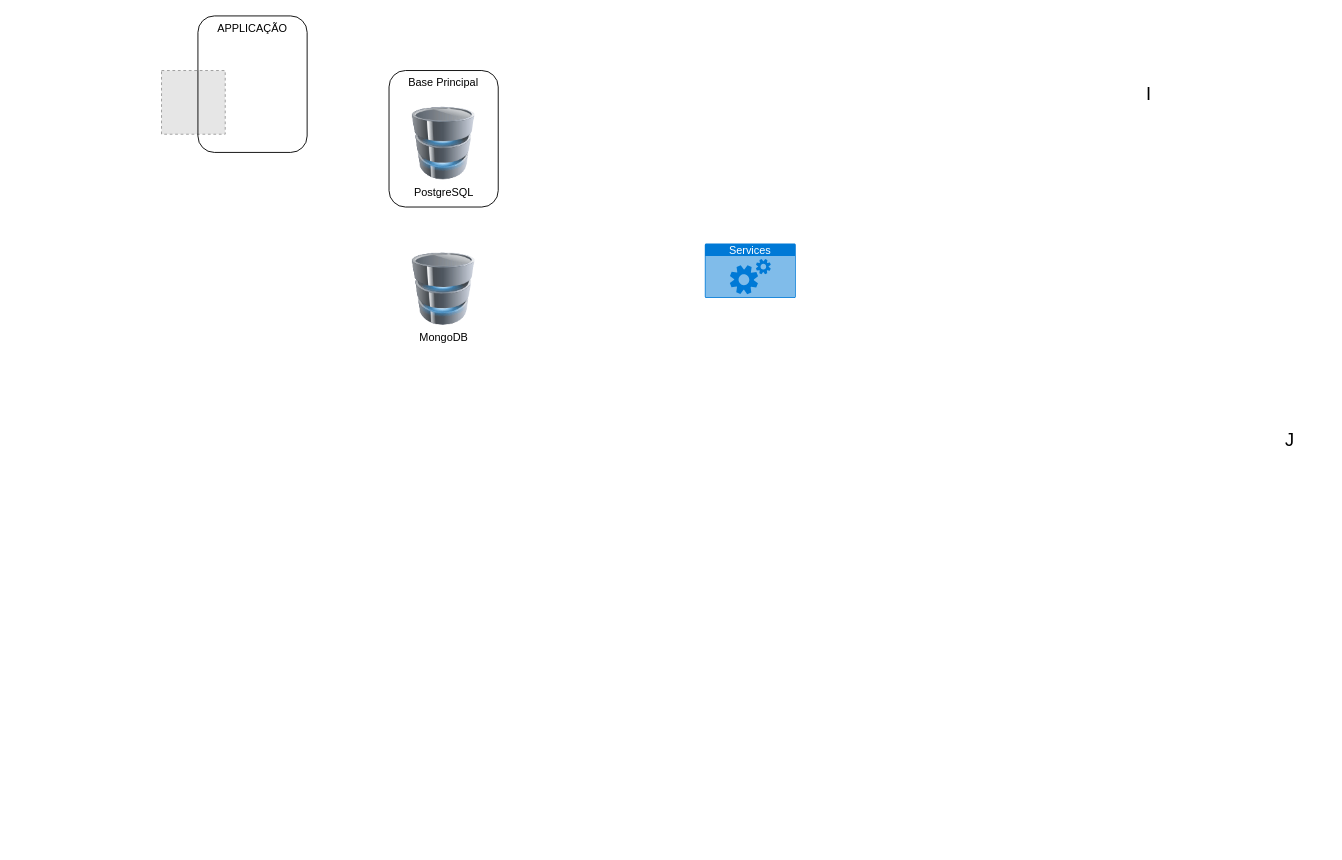
The draw.io diagram page "Page-1" (1 of 2) of django_microservices.drawio in marcelopedroso/yms_tech, before the edit. Source tidied: cells renumbered, new cells numbered last; positions are measured from the earlier drawing's top-left corner, leaving out a move shared by most shapes. Both pictures are drawn from the tidied source at 91%, with x=0, y=0 at pixel (161, 15). Pictures stored in the file or linked from it are replaced by grey dashed boxes.
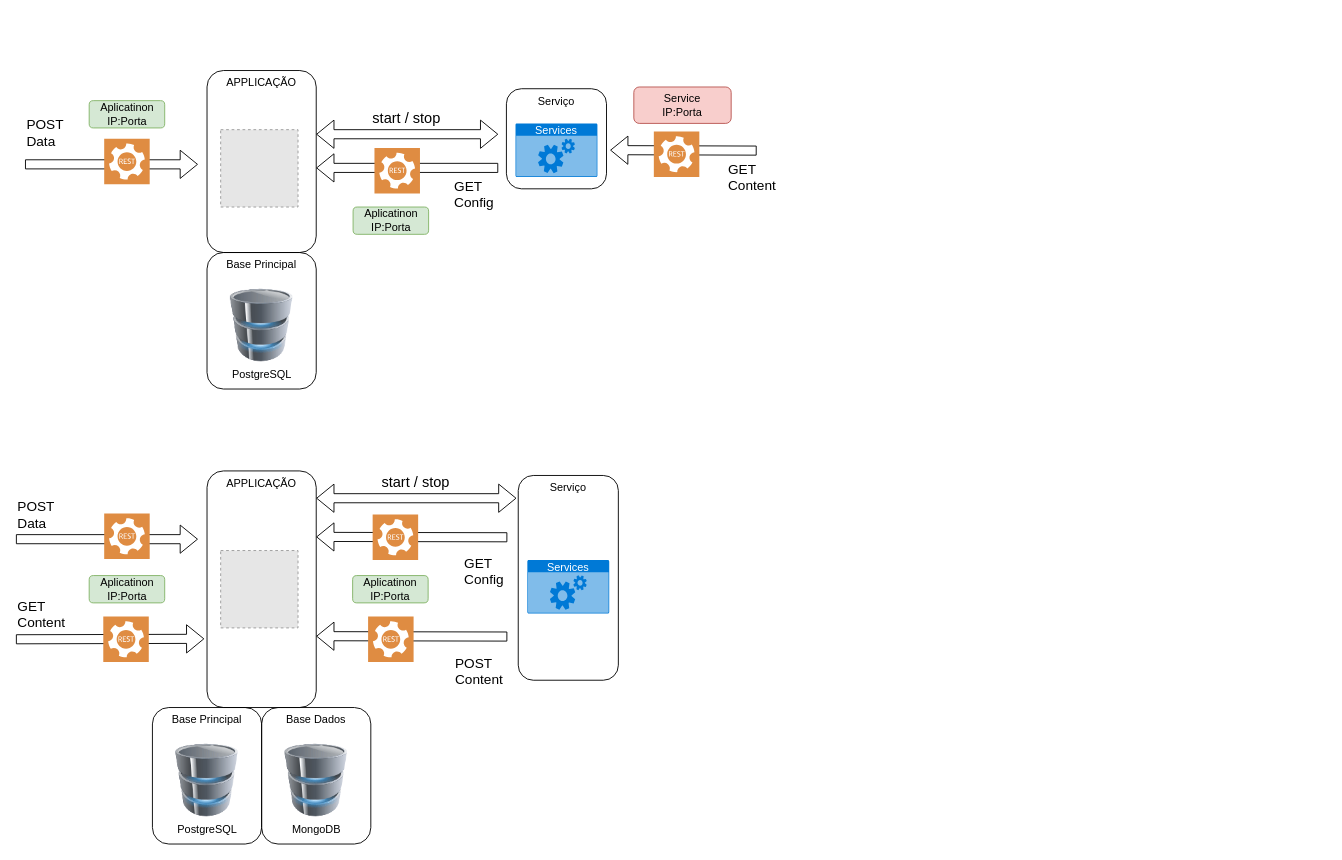
Above is the later version.

Change to the diagram source:
```diff
@@
-    <mxCell id="2" value="I" style="text;html=1;strokeColor=none;fillColor=none;align=center;verticalAlign=middle;whiteSpace=wrap;rounded=0;shadow=0;fontSize=20;" parent="1" vertex="1">
-      <mxGeometry x="1045" y="70" width="80" height="30" as="geometry" />
-    </mxCell>
-    <mxCell id="3" value="J" style="text;html=1;strokeColor=none;fillColor=none;align=center;verticalAlign=middle;whiteSpace=wrap;rounded=0;shadow=0;fontSize=20;" parent="1" vertex="1">
-      <mxGeometry x="1200" y="450" width="80" height="30" as="geometry" />
-    </mxCell>
+    <mxCell id="8" value="APPLICAÇÃO" style="rounded=1;whiteSpace=wrap;html=1;fillColor=none;align=center;horizontal=1;verticalAlign=top;" parent="1" vertex="1">
+      <mxGeometry x="50" y="60" width="120" height="200" as="geometry" />
+    </mxCell>
+    <mxCell id="10" value="APPLICAÇÃO" style="rounded=1;whiteSpace=wrap;html=1;fillColor=none;align=center;horizontal=1;verticalAlign=top;" parent="1" vertex="1">
+      <mxGeometry x="50" y="500" width="120" height="260" as="geometry" />
+    </mxCell>
+    <mxCell id="11" value="Serviço" style="rounded=1;whiteSpace=wrap;html=1;fillColor=none;align=center;horizontal=1;verticalAlign=top;" parent="1" vertex="1">
+      <mxGeometry x="392" y="505" width="110" height="225" as="geometry" />
+    </mxCell>
     <mxCell id="4" value="PostgreSQL" style="image;html=1;image=img/lib/clip_art/computers/Database_128x128.png;" parent="1" vertex="1">
-      <mxGeometry x="270" y="100" width="80" height="80" as="geometry" />
+      <mxGeometry x="70" y="300" width="80" height="80" as="geometry" />
     </mxCell>
-    <mxCell id="5" value="MongoDB" style="image;html=1;image=img/lib/clip_art/computers/Database_128x128.png;" parent="1" vertex="1">
-      <mxGeometry x="270" y="260" width="80" height="80" as="geometry" />
-    </mxCell>
     <mxCell id="6" value="Base Principal" style="rounded=1;whiteSpace=wrap;html=1;fillColor=none;align=center;horizontal=1;verticalAlign=top;" parent="1" vertex="1">
-      <mxGeometry x="250" y="60" width="120" height="150" as="geometry" />
+      <mxGeometry x="50" y="260" width="120" height="150" as="geometry" />
     </mxCell>
     <mxCell id="7" style="fillColor=#E6E6E6;strokeColor=#999999;dashed=1;html=1;verticalAlign=top;verticalLabelPosition=bottom;labelBackgroundColor=#ffffff;" parent="1" vertex="1">
-      <mxGeometry y="60" width="70" height="70" as="geometry" />
+      <mxGeometry x="65" y="125" width="85" height="85" as="geometry" />
     </mxCell>
-    <mxCell id="8" value="APPLICAÇÃO" style="rounded=1;whiteSpace=wrap;html=1;fillColor=none;align=center;horizontal=1;verticalAlign=top;" parent="1" vertex="1">
-      <mxGeometry x="40" width="120" height="150" as="geometry" />
-    </mxCell>
     <mxCell id="9" value="Services" style="html=1;whiteSpace=wrap;strokeColor=none;fillColor=#0079D6;labelPosition=center;verticalLabelPosition=middle;verticalAlign=top;align=center;fontSize=12;spacingTop=-6;fontColor=#FFFFFF;sketch=0;shape=mxgraph.sitemap.services;" parent="1" vertex="1">
-      <mxGeometry x="597" y="250" width="100" height="60" as="geometry" />
+      <mxGeometry x="389" y="118.1" width="90" height="58.8" as="geometry" />
     </mxCell>
+    <mxCell id="12" style="shape=flexArrow;endArrow=classic;startArrow=classic;html=1;rounded=0;" parent="1" edge="1">
+      <mxGeometry relative="1" as="geometry">
+        <mxPoint x="170" y="130" as="sourcePoint" />
+        <mxPoint x="370" y="130" as="targetPoint" />
+      </mxGeometry>
+    </mxCell>
+    <mxCell id="13" value="start / stop" style="edgeLabel;html=1;align=center;verticalAlign=middle;fontSize=16;" parent="12" vertex="1">
+      <mxGeometry x="-0.02" y="-2" relative="1" as="geometry">
+        <mxPoint y="-21" as="offset" />
+      </mxGeometry>
+    </mxCell>
+    <mxCell id="14" value="PostgreSQL" style="image;html=1;image=img/lib/clip_art/computers/Database_128x128.png;" parent="1" vertex="1">
+      <mxGeometry x="10" y="800" width="80" height="80" as="geometry" />
+    </mxCell>
+    <mxCell id="15" value="Base Principal" style="rounded=1;whiteSpace=wrap;html=1;fillColor=none;align=center;horizontal=1;verticalAlign=top;" parent="1" vertex="1">
+      <mxGeometry x="-10" y="760" width="120" height="150" as="geometry" />
+    </mxCell>
+    <mxCell id="16" style="fillColor=#E6E6E6;strokeColor=#999999;dashed=1;html=1;verticalAlign=top;verticalLabelPosition=bottom;labelBackgroundColor=#ffffff;" parent="1" vertex="1">
+      <mxGeometry x="65" y="587.5" width="85" height="85" as="geometry" />
+    </mxCell>
+    <mxCell id="17" style="shape=flexArrow;endArrow=classic;html=1;rounded=0;" parent="1" edge="1">
+      <mxGeometry relative="1" as="geometry">
+        <mxPoint x="-150" y="163.1" as="sourcePoint" />
+        <mxPoint x="40" y="163.1" as="targetPoint" />
+      </mxGeometry>
+    </mxCell>
+    <mxCell id="18" value="POST &lt;br&gt;Data" style="edgeLabel;html=1;align=left;verticalAlign=middle;fontSize=15;" parent="17" vertex="1">
+      <mxGeometry x="-0.56" y="7" relative="1" as="geometry">
+        <mxPoint x="-42" y="-29" as="offset" />
+      </mxGeometry>
+    </mxCell>
+    <mxCell id="19" style="sketch=0;shadow=0;dashed=0;html=1;strokeColor=none;fillColor=#DF8C42;labelPosition=center;verticalLabelPosition=bottom;verticalAlign=top;align=center;shape=mxgraph.veeam2.restful_api;" parent="1" vertex="1">
+      <mxGeometry x="-63" y="135" width="50" height="50" as="geometry" />
+    </mxCell>
+    <mxCell id="20" style="shape=flexArrow;endArrow=classic;html=1;rounded=0;" parent="1" edge="1">
+      <mxGeometry relative="1" as="geometry">
+        <mxPoint x="654" y="148" as="sourcePoint" />
+        <mxPoint x="493" y="147.5" as="targetPoint" />
+      </mxGeometry>
+    </mxCell>
+    <mxCell id="21" value="GET &lt;br&gt;Content" style="edgeLabel;html=1;align=left;verticalAlign=middle;fontSize=15;" parent="20" vertex="1">
+      <mxGeometry x="-0.56" y="7" relative="1" as="geometry">
+        <mxPoint x="2" y="22" as="offset" />
+      </mxGeometry>
+    </mxCell>
+    <mxCell id="22" style="sketch=0;shadow=0;dashed=0;html=1;strokeColor=none;fillColor=#DF8C42;labelPosition=center;verticalLabelPosition=bottom;verticalAlign=top;align=center;shape=mxgraph.veeam2.restful_api;" parent="1" vertex="1">
+      <mxGeometry x="541" y="126.9" width="50" height="50" as="geometry" />
+    </mxCell>
+    <mxCell id="5" value="MongoDB" style="image;html=1;image=img/lib/clip_art/computers/Database_128x128.png;" parent="1" vertex="1">
+      <mxGeometry x="130" y="800" width="80" height="80" as="geometry" />
+    </mxCell>
+    <mxCell id="23" value="Base Dados" style="rounded=1;whiteSpace=wrap;html=1;fillColor=none;align=center;horizontal=1;verticalAlign=top;" parent="1" vertex="1">
+      <mxGeometry x="110" y="760" width="120" height="150" as="geometry" />
+    </mxCell>
+    <mxCell id="24" value="Service&lt;br&gt;IP:Porta" style="rounded=1;whiteSpace=wrap;html=1;fillColor=#f8cecc;strokeColor=#b85450;" parent="1" vertex="1">
+      <mxGeometry x="519" y="78.1" width="107" height="40" as="geometry" />
+    </mxCell>
+    <mxCell id="25" value="Services" style="html=1;whiteSpace=wrap;strokeColor=none;fillColor=#0079D6;labelPosition=center;verticalLabelPosition=middle;verticalAlign=top;align=center;fontSize=12;spacingTop=-6;fontColor=#FFFFFF;sketch=0;shape=mxgraph.sitemap.services;" parent="1" vertex="1">
+      <mxGeometry x="402" y="598" width="90" height="58.8" as="geometry" />
+    </mxCell>
+    <mxCell id="26" style="shape=flexArrow;endArrow=classic;startArrow=classic;html=1;rounded=0;" parent="1" edge="1">
+      <mxGeometry relative="1" as="geometry">
+        <mxPoint x="170" y="530" as="sourcePoint" />
+        <mxPoint x="390" y="530" as="targetPoint" />
+      </mxGeometry>
+    </mxCell>
+    <mxCell id="27" value="start / stop" style="edgeLabel;html=1;align=center;verticalAlign=middle;fontSize=16;" parent="26" vertex="1">
+      <mxGeometry x="-0.02" y="-2" relative="1" as="geometry">
+        <mxPoint y="-21" as="offset" />
+      </mxGeometry>
+    </mxCell>
+    <mxCell id="28" style="shape=flexArrow;endArrow=classic;html=1;rounded=0;" parent="1" edge="1">
+      <mxGeometry relative="1" as="geometry">
+        <mxPoint x="380" y="682" as="sourcePoint" />
+        <mxPoint x="170" y="681.6" as="targetPoint" />
+      </mxGeometry>
+    </mxCell>
+    <mxCell id="29" value="POST &lt;br&gt;Content" style="edgeLabel;html=1;align=left;verticalAlign=middle;fontSize=15;" parent="28" vertex="1">
+      <mxGeometry x="-0.56" y="7" relative="1" as="geometry">
+        <mxPoint x="-13" y="31" as="offset" />
+      </mxGeometry>
+    </mxCell>
+    <mxCell id="30" style="sketch=0;shadow=0;dashed=0;html=1;strokeColor=none;fillColor=#DF8C42;labelPosition=center;verticalLabelPosition=bottom;verticalAlign=top;align=center;shape=mxgraph.veeam2.restful_api;" parent="1" vertex="1">
+      <mxGeometry x="227" y="660" width="50" height="50" as="geometry" />
+    </mxCell>
+    <mxCell id="31" value="Aplicatinon&lt;br&gt;IP:Porta" style="rounded=1;whiteSpace=wrap;html=1;fillColor=#d5e8d4;strokeColor=#82b366;" parent="1" vertex="1">
+      <mxGeometry x="210" y="615" width="83" height="30" as="geometry" />
+    </mxCell>
+    <mxCell id="32" value="Aplicatinon&lt;br&gt;IP:Porta" style="rounded=1;whiteSpace=wrap;html=1;fillColor=#d5e8d4;strokeColor=#82b366;" parent="1" vertex="1">
+      <mxGeometry x="210.5" y="210" width="83" height="30" as="geometry" />
+    </mxCell>
+    <mxCell id="33" value="Aplicatinon&lt;br&gt;IP:Porta" style="rounded=1;whiteSpace=wrap;html=1;fillColor=#d5e8d4;strokeColor=#82b366;" parent="1" vertex="1">
+      <mxGeometry x="-79.5" y="93.1" width="83" height="30" as="geometry" />
+    </mxCell>
+    <mxCell id="34" value="Serviço" style="rounded=1;whiteSpace=wrap;html=1;fillColor=none;align=center;horizontal=1;verticalAlign=top;" parent="1" vertex="1">
+      <mxGeometry x="379" y="80" width="110" height="110" as="geometry" />
+    </mxCell>
+    <mxCell id="35" style="shape=flexArrow;endArrow=classic;html=1;rounded=0;" parent="1" edge="1">
+      <mxGeometry relative="1" as="geometry">
+        <mxPoint x="-160" y="575" as="sourcePoint" />
+        <mxPoint x="40" y="575" as="targetPoint" />
+      </mxGeometry>
+    </mxCell>
+    <mxCell id="36" value="POST &lt;br&gt;Data" style="edgeLabel;html=1;align=left;verticalAlign=middle;fontSize=15;" parent="35" vertex="1">
+      <mxGeometry x="-0.56" y="7" relative="1" as="geometry">
+        <mxPoint x="-44" y="-21" as="offset" />
+      </mxGeometry>
+    </mxCell>
+    <mxCell id="37" style="sketch=0;shadow=0;dashed=0;html=1;strokeColor=none;fillColor=#DF8C42;labelPosition=center;verticalLabelPosition=bottom;verticalAlign=top;align=center;shape=mxgraph.veeam2.restful_api;" parent="1" vertex="1">
+      <mxGeometry x="-63" y="546.9" width="50" height="50" as="geometry" />
+    </mxCell>
+    <mxCell id="38" value="Aplicatinon&lt;br&gt;IP:Porta" style="rounded=1;whiteSpace=wrap;html=1;fillColor=#d5e8d4;strokeColor=#82b366;" parent="1" vertex="1">
+      <mxGeometry x="-79.5" y="615" width="83" height="30" as="geometry" />
+    </mxCell>
+    <mxCell id="39" style="shape=flexArrow;endArrow=classic;html=1;rounded=0;" parent="1" edge="1">
+      <mxGeometry relative="1" as="geometry">
+        <mxPoint x="-160" y="685" as="sourcePoint" />
+        <mxPoint x="47" y="684.5" as="targetPoint" />
+      </mxGeometry>
+    </mxCell>
+    <mxCell id="40" value="GET &lt;br&gt;Content" style="edgeLabel;html=1;align=left;verticalAlign=middle;fontSize=15;" parent="39" vertex="1">
+      <mxGeometry x="-0.56" y="7" relative="1" as="geometry">
+        <mxPoint x="-46" y="-21" as="offset" />
+      </mxGeometry>
+    </mxCell>
+    <mxCell id="41" style="sketch=0;shadow=0;dashed=0;html=1;strokeColor=none;fillColor=#DF8C42;labelPosition=center;verticalLabelPosition=bottom;verticalAlign=top;align=center;shape=mxgraph.veeam2.restful_api;" parent="1" vertex="1">
+      <mxGeometry x="-64" y="660" width="50" height="50" as="geometry" />
+    </mxCell>
+    <mxCell id="42" style="shape=flexArrow;endArrow=classic;html=1;rounded=0;" parent="1" edge="1">
+      <mxGeometry relative="1" as="geometry">
+        <mxPoint x="380" y="572.9" as="sourcePoint" />
+        <mxPoint x="170" y="572.5" as="targetPoint" />
+      </mxGeometry>
+    </mxCell>
+    <mxCell id="43" value="GET &lt;br&gt;Config" style="edgeLabel;html=1;align=left;verticalAlign=middle;fontSize=15;" parent="42" vertex="1">
+      <mxGeometry x="-0.56" y="7" relative="1" as="geometry">
+        <mxPoint x="-3" y="30" as="offset" />
+      </mxGeometry>
+    </mxCell>
+    <mxCell id="44" style="sketch=0;shadow=0;dashed=0;html=1;strokeColor=none;fillColor=#DF8C42;labelPosition=center;verticalLabelPosition=bottom;verticalAlign=top;align=center;shape=mxgraph.veeam2.restful_api;" parent="1" vertex="1">
+      <mxGeometry x="232" y="548" width="50" height="50" as="geometry" />
+    </mxCell>
+    <mxCell id="45" style="shape=flexArrow;endArrow=classic;html=1;rounded=0;" parent="1" edge="1">
+      <mxGeometry relative="1" as="geometry">
+        <mxPoint x="370" y="167" as="sourcePoint" />
+        <mxPoint x="170" y="167" as="targetPoint" />
+      </mxGeometry>
+    </mxCell>
+    <mxCell id="46" value="GET &lt;br&gt;Config" style="edgeLabel;html=1;align=left;verticalAlign=middle;fontSize=15;" parent="45" vertex="1">
+      <mxGeometry x="-0.56" y="7" relative="1" as="geometry">
+        <mxPoint x="-6" y="21" as="offset" />
+      </mxGeometry>
+    </mxCell>
+    <mxCell id="47" style="sketch=0;shadow=0;dashed=0;html=1;strokeColor=none;fillColor=#DF8C42;labelPosition=center;verticalLabelPosition=bottom;verticalAlign=top;align=center;shape=mxgraph.veeam2.restful_api;" parent="1" vertex="1">
+      <mxGeometry x="234" y="145" width="50" height="50" as="geometry" />
+    </mxCell>
```
